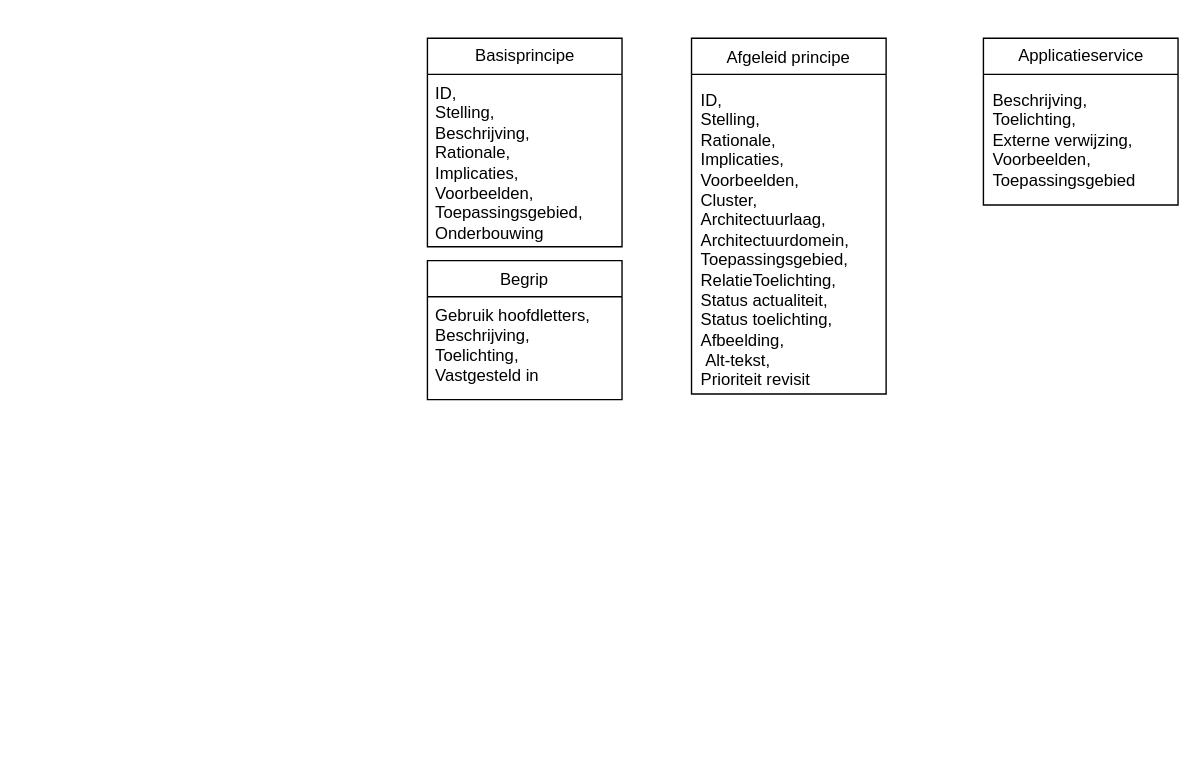
djoris/nora keeps this draw.io diagram as NORMA2020.drawio. Above is the earlier version. Source tidied: cells renumbered, new cells numbered last; positions are measured from the earlier drawing's top-left corner, leaving out a move shared by most shapes. Both pictures are drawn from the tidied source at 139%, with x=0, y=0 at pixel (427, 38).
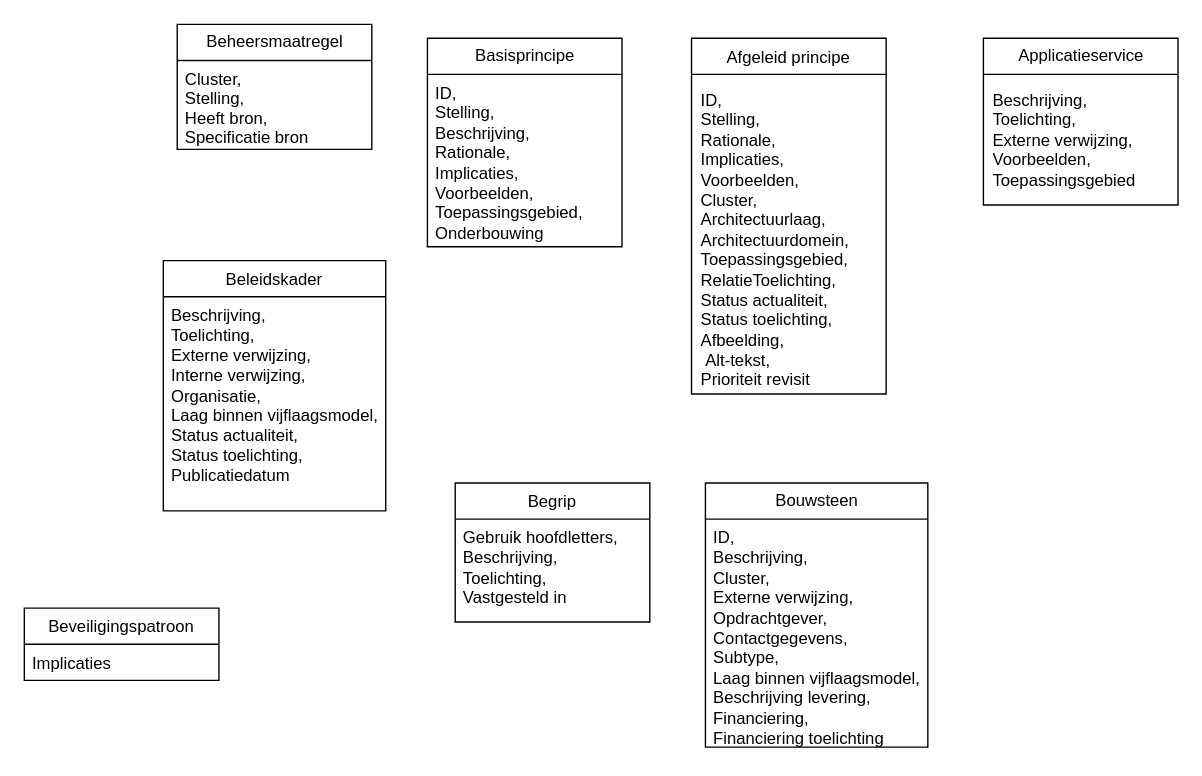
After the change.

What changed in the source:
```diff
@@
 <mxGraphModel background="#ffffff">
   <root>
     <mxCell id="0" />
     <mxCell id="1" parent="0" />
     <mxCell id="2" value="Afgeleid principe" style="swimlane;fontStyle=0;horizontal=1;startSize=26;fillColor=none;" parent="1" vertex="1">
       <mxGeometry x="190" width="140" height="256" as="geometry" />
     </mxCell>
     <mxCell id="3" value="ID, &#10;Stelling, &#10;Rationale, &#10;Implicaties, &#10;Voorbeelden, &#10;Cluster, &#10;Architectuurlaag, &#10;Architectuurdomein, &#10;Toepassingsgebied, &#10;RelatieToelichting, &#10;Status actualiteit, &#10;Status toelichting, &#10;Afbeelding,&#10; Alt-tekst, &#10;Prioriteit revisit" style="text;whiteSpace=wrap;spacing=7;absoluteArcSize=0;" parent="2" vertex="1">
       <mxGeometry y="26" width="140" height="230" as="geometry" />
     </mxCell>
     <mxCell id="4" value="Applicatieservice" style="swimlane;fontStyle=0;horizontal=1;startSize=26;fillColor=none;html=1;" parent="1" vertex="1">
       <mxGeometry x="400" width="140" height="120" as="geometry" />
     </mxCell>
     <mxCell id="5" value="Beschrijving, &lt;br&gt;Toelichting, &lt;br&gt;Externe verwijzing, &lt;br&gt;Voorbeelden, &lt;br&gt;Toepassingsgebied" style="text;strokeColor=none;fillColor=none;align=left;verticalAlign=top;overflow=hidden;html=1;spacing=7;" parent="4" vertex="1">
       <mxGeometry y="26" width="140" height="94" as="geometry" />
     </mxCell>
     <mxCell id="6" value="Basisprincipe" style="swimlane;fontStyle=0;horizontal=1;startSize=26;fillColor=none;html=1;" parent="1" vertex="1">
       <mxGeometry width="140" height="150" as="geometry" />
     </mxCell>
     <mxCell id="7" value="ID,&amp;nbsp;&lt;br&gt;Stelling,&amp;nbsp;&lt;br&gt;Beschrijving,&amp;nbsp;&lt;br&gt;Rationale,&lt;br&gt;Implicaties,&amp;nbsp;&lt;br&gt;Voorbeelden,&amp;nbsp;&lt;br&gt;Toepassingsgebied,&amp;nbsp;&lt;br&gt;Onderbouwing" style="text;strokeColor=none;fillColor=none;align=left;verticalAlign=top;spacingLeft=4;spacingRight=4;overflow=hidden;fontColor=#000000;html=1;" parent="6" vertex="1">
       <mxGeometry y="26" width="140" height="124" as="geometry" />
     </mxCell>
     <mxCell id="8" value="Begrip" style="swimlane;fontStyle=0;horizontal=1;startSize=26;" parent="1" vertex="1">
-      <mxGeometry y="160" width="140" height="100" as="geometry" />
+      <mxGeometry x="20" y="320" width="140" height="100" as="geometry" />
     </mxCell>
     <mxCell id="9" value="Gebruik hoofdletters,&amp;nbsp;&lt;br&gt;Beschrijving,&amp;nbsp;&lt;br&gt;Toelichting,&amp;nbsp;&lt;br&gt;Vastgesteld in" style="text;strokeColor=none;fillColor=none;align=left;verticalAlign=top;spacingLeft=4;spacingRight=4;overflow=hidden;html=1;" parent="8" vertex="1">
       <mxGeometry y="26" width="140" height="74" as="geometry" />
     </mxCell>
+    <mxCell id="10" value="Beheersmaatregel" style="swimlane;fontStyle=0;horizontal=1;startSize=26;fillColor=none;html=1;" parent="1" vertex="1">
+      <mxGeometry x="-180" y="-10" width="140" height="90" as="geometry" />
+    </mxCell>
+    <mxCell id="11" value="Cluster,&#10;Stelling,&#10;Heeft bron,&#10;Specificatie bron" style="text;strokeColor=none;fillColor=none;align=left;verticalAlign=top;spacingLeft=4;spacingRight=4;overflow=hidden;" parent="10" vertex="1">
+      <mxGeometry y="26" width="140" height="64" as="geometry" />
+    </mxCell>
+    <mxCell id="12" value="Beleidskader" style="swimlane;fontStyle=0;horizontal=1;startSize=26;fillColor=none;" parent="1" vertex="1">
+      <mxGeometry x="-190" y="160" width="160" height="180" as="geometry" />
+    </mxCell>
+    <mxCell id="13" value="Beschrijving,&lt;br&gt;Toelichting,&lt;br&gt;Externe verwijzing,&lt;br&gt;Interne verwijzing,&amp;nbsp;&lt;br&gt;Organisatie,&amp;nbsp;&lt;br&gt;Laag binnen vijflaagsmodel,&amp;nbsp;&lt;br&gt;Status actualiteit,&amp;nbsp;&lt;br&gt;Status toelichting,&amp;nbsp;&lt;br&gt;Publicatiedatum" style="text;strokeColor=none;fillColor=none;align=left;verticalAlign=top;spacingLeft=4;spacingRight=4;overflow=hidden;html=1;" parent="12" vertex="1">
+      <mxGeometry y="26" width="160" height="154" as="geometry" />
+    </mxCell>
+    <mxCell id="14" value="Beveiligingspatroon" style="swimlane;fontStyle=0;horizontal=1;startSize=26;fillColor=none;" parent="1" vertex="1">
+      <mxGeometry x="-290" y="410" width="140" height="52" as="geometry" />
+    </mxCell>
+    <mxCell id="15" value="Implicaties" style="text;strokeColor=none;fillColor=none;align=left;verticalAlign=top;spacingLeft=4;spacingRight=4;overflow=hidden;html=1;" parent="14" vertex="1">
+      <mxGeometry y="26" width="140" height="26" as="geometry" />
+    </mxCell>
+    <mxCell id="16" value="Bouwsteen" style="swimlane;fontStyle=0;horizontal=1;startSize=26;fillColor=none;html=1;" parent="1" vertex="1">
+      <mxGeometry x="200" y="320" width="160" height="190" as="geometry" />
+    </mxCell>
+    <mxCell id="17" value="ID,&amp;nbsp;&lt;br&gt;Beschrijving,&amp;nbsp;&lt;br&gt;Cluster,&amp;nbsp;&lt;br&gt;Externe verwijzing,&amp;nbsp;&lt;br&gt;Opdrachtgever,&amp;nbsp;&lt;br&gt;Contactgegevens,&amp;nbsp;&lt;br&gt;Subtype,&amp;nbsp;&lt;br&gt;Laag binnen vijflaagsmodel,&amp;nbsp;&lt;br&gt;Beschrijving levering,&amp;nbsp;&lt;br&gt;Financiering,&amp;nbsp;&lt;br&gt;Financiering toelichting" style="text;strokeColor=none;fillColor=none;align=left;verticalAlign=top;spacingLeft=4;spacingRight=4;overflow=hidden;html=1;" parent="16" vertex="1">
+      <mxGeometry y="26" width="160" height="164" as="geometry" />
+    </mxCell>
   </root>
 </mxGraphModel>
```
